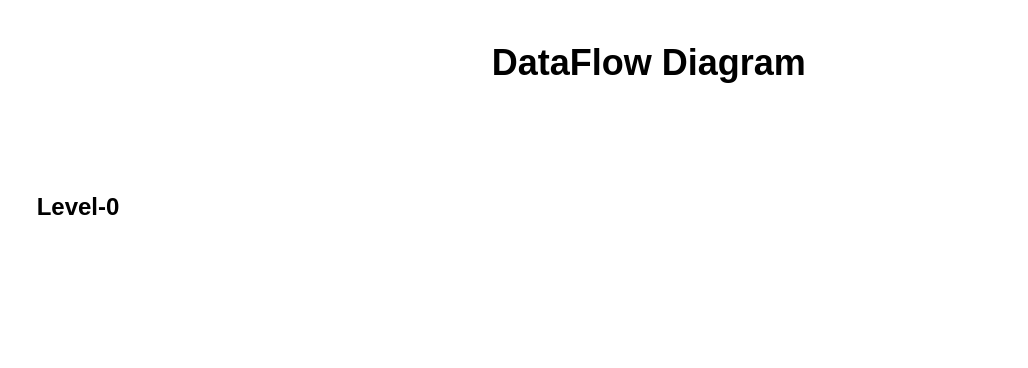
Before: Diagrams/Data flow Dig/DataFlowDiagram.drawio in atharvagangrade10/Draw.io, a draw.io diagram. Source tidied: cells renumbered, new cells numbered last; positions are measured from the earlier drawing's top-left corner, leaving out a move shared by most shapes. Both pictures are drawn from the tidied source at 150%, with x=0, y=0 at pixel (26, 26).
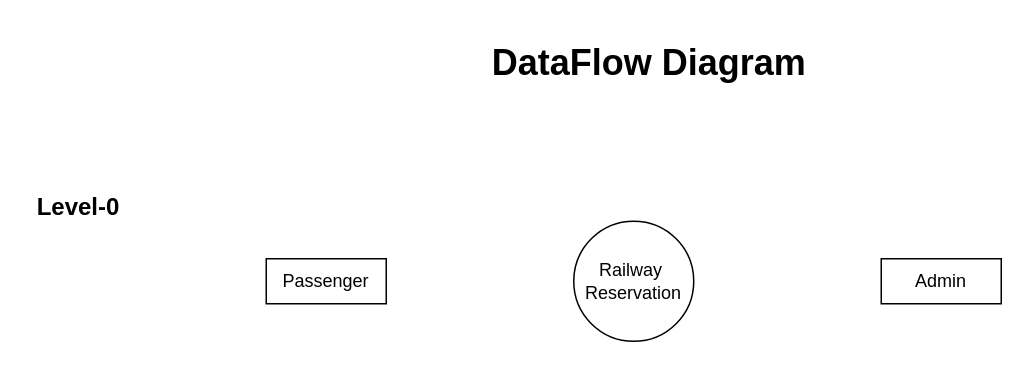
After the change.

What changed in the source:
```diff
@@
 <mxGraphModel>
   <root>
     <mxCell id="0" />
     <mxCell id="1" parent="0" />
     <mxCell id="2" value="DataFlow Diagram" style="text;strokeColor=none;fillColor=none;html=1;fontSize=24;fontStyle=1;verticalAlign=middle;align=center;" parent="1" vertex="1">
       <mxGeometry x="300" width="230" height="50" as="geometry" />
     </mxCell>
     <mxCell id="3" value="&lt;font style=&quot;font-size: 16px&quot;&gt;&lt;b&gt;Level-0&lt;/b&gt;&lt;/font&gt;" style="text;html=1;strokeColor=none;fillColor=none;align=center;verticalAlign=middle;whiteSpace=wrap;rounded=0;" parent="1" vertex="1">
       <mxGeometry y="110" width="70" height="20" as="geometry" />
     </mxCell>
+    <mxCell id="4" value="Passenger" style="rounded=0;whiteSpace=wrap;html=1;" parent="1" vertex="1">
+      <mxGeometry x="160" y="155" width="80" height="30" as="geometry" />
+    </mxCell>
+    <mxCell id="5" value="Railway&amp;nbsp;&lt;br&gt;Reservation" style="ellipse;whiteSpace=wrap;html=1;" parent="1" vertex="1">
+      <mxGeometry x="365" y="130" width="80" height="80" as="geometry" />
+    </mxCell>
+    <mxCell id="6" value="Admin" style="rounded=0;whiteSpace=wrap;html=1;" parent="1" vertex="1">
+      <mxGeometry x="570" y="155" width="80" height="30" as="geometry" />
+    </mxCell>
   </root>
 </mxGraphModel>
```
